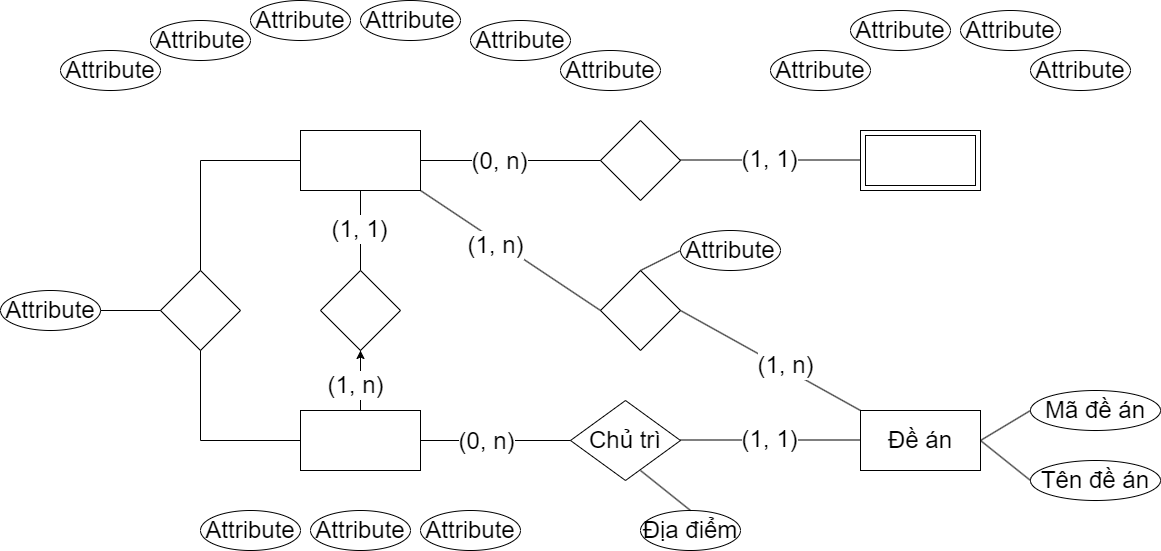
This is Chương 2.png from datnham0212/learning, a draw.io export, as it was before one commit. Source tidied: cells renumbered, new cells last; positions are measured from the earlier drawing's top-left corner, leaving out a move shared by most shapes.
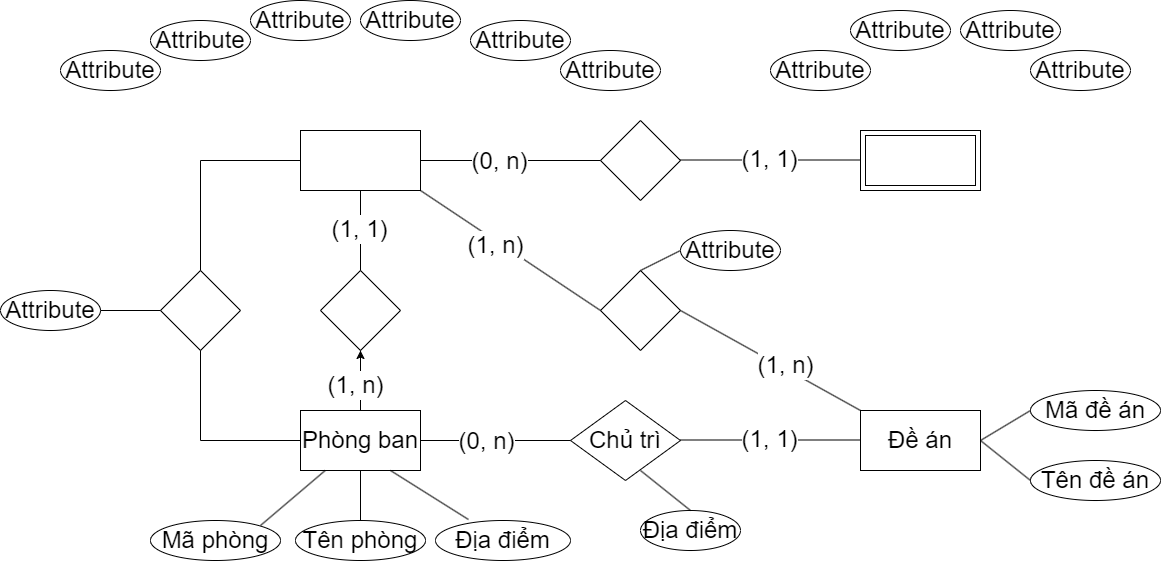
The same diagram one commit later.

The edit, as a diff of the source:
```diff
@@ -11,7 +11,7 @@
     <mxCell id="4" style="edgeStyle=orthogonalEdgeStyle;rounded=0;jettySize=auto;html=1;fontSize=24;" parent="1" edge="1" source="5" target="31">
       <mxGeometry relative="1" as="geometry" />
     </mxCell>
-    <mxCell id="5" style="rounded=0;whiteSpace=wrap;html=1;fontSize=24;" parent="1" vertex="1">
+    <mxCell id="5" value="Phòng ban" style="rounded=0;whiteSpace=wrap;html=1;fontSize=24;" parent="1" vertex="1">
       <mxGeometry x="300" y="410" width="120" height="60" as="geometry" />
     </mxCell>
     <mxCell id="6" style="shape=ext;margin=3;double=1;whiteSpace=wrap;html=1;align=center;fontSize=24;" parent="1" vertex="1">
@@ -66,14 +66,14 @@
     <mxCell id="20" value="Attribute" style="ellipse;whiteSpace=wrap;html=1;align=center;fontSize=24;" parent="1" vertex="1">
       <mxGeometry x="1030" y="50" width="100" height="40" as="geometry" />
     </mxCell>
-    <mxCell id="21" value="Attribute" style="ellipse;whiteSpace=wrap;html=1;align=center;fontSize=24;" parent="1" vertex="1">
-      <mxGeometry x="310" y="510" width="100" height="40" as="geometry" />
+    <mxCell id="21" value="Tên phòng" style="ellipse;whiteSpace=wrap;html=1;align=center;fontSize=24;" parent="1" vertex="1">
+      <mxGeometry x="295" y="520" width="130" height="40" as="geometry" />
     </mxCell>
-    <mxCell id="22" value="Attribute" style="ellipse;whiteSpace=wrap;html=1;align=center;fontSize=24;" parent="1" vertex="1">
-      <mxGeometry x="200" y="510" width="100" height="40" as="geometry" />
+    <mxCell id="22" value="Mã phòng" style="ellipse;whiteSpace=wrap;html=1;align=center;fontSize=24;" parent="1" vertex="1">
+      <mxGeometry x="150" y="520" width="130" height="40" as="geometry" />
     </mxCell>
-    <mxCell id="23" value="Attribute" style="ellipse;whiteSpace=wrap;html=1;align=center;fontSize=24;" parent="1" vertex="1">
-      <mxGeometry x="420" y="510" width="100" height="40" as="geometry" />
+    <mxCell id="23" value="Địa điểm" style="ellipse;whiteSpace=wrap;html=1;align=center;fontSize=24;" parent="1" vertex="1">
+      <mxGeometry x="435" y="520" width="135" height="40" as="geometry" />
     </mxCell>
     <mxCell id="24" value="Địa điểm" style="ellipse;whiteSpace=wrap;html=1;align=center;fontSize=24;" parent="1" vertex="1">
       <mxGeometry x="640" y="510" width="100" height="40" as="geometry" />
@@ -200,5 +200,20 @@
         <mxPoint x="690" y="510" as="targetPoint" />
       </mxGeometry>
     </mxCell>
+    <mxCell id="52" style="endArrow=none;html=1;rounded=0;" parent="1" edge="1" target="5">
+      <mxGeometry relative="1" as="geometry">
+        <mxPoint x="260" y="525" as="sourcePoint" />
+      </mxGeometry>
+    </mxCell>
+    <mxCell id="53" style="endArrow=none;html=1;rounded=0;" parent="1" edge="1" source="21">
+      <mxGeometry relative="1" as="geometry">
+        <mxPoint x="360" y="470" as="targetPoint" />
+      </mxGeometry>
+    </mxCell>
+    <mxCell id="54" style="endArrow=none;html=1;rounded=0;exitX=0.244;exitY=-0.025;exitDx=0;exitDy=0;exitPerimeter=0;" parent="1" edge="1" source="23">
+      <mxGeometry relative="1" as="geometry">
+        <mxPoint x="390" y="470" as="targetPoint" />
+      </mxGeometry>
+    </mxCell>
   </root>
 </mxGraphModel>
```
